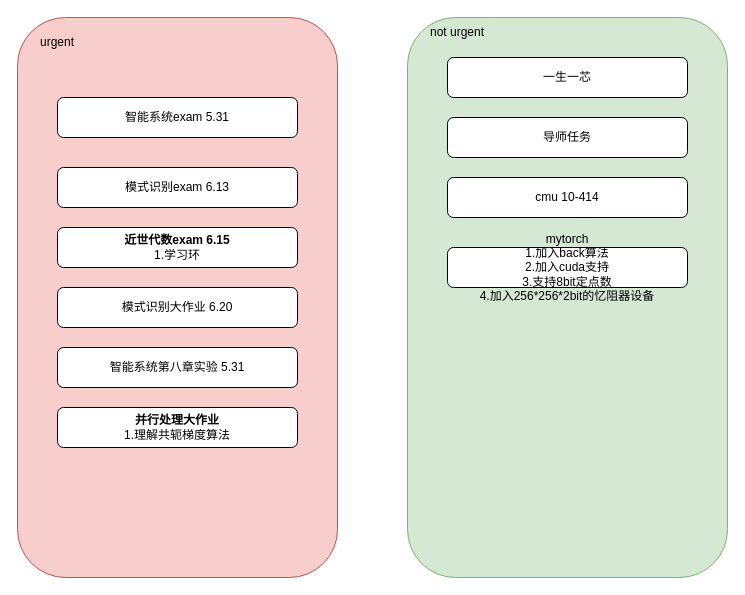
Before: todo work.drawio in DavidZyy/drawio_repo, a draw.io diagram. Source tidied: cells renumbered, new cells numbered last; positions are measured from the earlier drawing's top-left corner, leaving out a move shared by most shapes. Both pictures are drawn from the tidied source at 100%, with x=0, y=0 at pixel (17, 17).
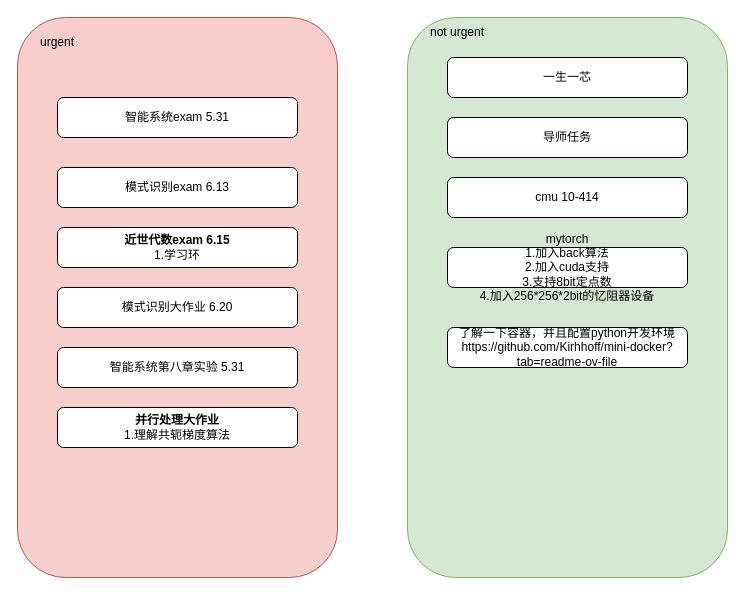
The same diagram, later.

Change to the diagram source:
```diff
@@
 <mxGraphModel>
   <root>
     <mxCell id="0" />
     <mxCell id="1" parent="0" />
     <mxCell id="2" style="rounded=1;whiteSpace=wrap;html=1;fillColor=#f8cecc;strokeColor=#b85450;" parent="1" vertex="1">
       <mxGeometry width="320" height="560" as="geometry" />
     </mxCell>
     <mxCell id="3" value="urgent" style="text;strokeColor=none;align=center;fillColor=none;html=1;verticalAlign=middle;whiteSpace=wrap;rounded=0;" parent="1" vertex="1">
       <mxGeometry x="10" y="10" width="60" height="30" as="geometry" />
     </mxCell>
     <mxCell id="4" style="rounded=1;whiteSpace=wrap;html=1;fillColor=#d5e8d4;strokeColor=#82b366;" parent="1" vertex="1">
       <mxGeometry x="390" width="320" height="560" as="geometry" />
     </mxCell>
     <mxCell id="5" value="not urgent" style="text;strokeColor=none;align=center;fillColor=none;html=1;verticalAlign=middle;whiteSpace=wrap;rounded=0;" parent="1" vertex="1">
       <mxGeometry x="410" width="60" height="30" as="geometry" />
     </mxCell>
     <mxCell id="6" value="模式识别exam 6.13" style="rounded=1;whiteSpace=wrap;html=1;" parent="1" vertex="1">
       <mxGeometry x="40" y="150" width="240" height="40" as="geometry" />
     </mxCell>
     <mxCell id="7" value="智能系统exam 5.31" style="rounded=1;whiteSpace=wrap;html=1;" parent="1" vertex="1">
       <mxGeometry x="40" y="80" width="240" height="40" as="geometry" />
     </mxCell>
     <mxCell id="8" value="&lt;b&gt;近世代数exam 6.15&lt;/b&gt;&lt;div&gt;1.学习环&lt;/div&gt;" style="rounded=1;whiteSpace=wrap;html=1;" parent="1" vertex="1">
       <mxGeometry x="40" y="210" width="240" height="40" as="geometry" />
     </mxCell>
     <mxCell id="9" value="模式识别大作业 6.20" style="rounded=1;whiteSpace=wrap;html=1;" parent="1" vertex="1">
       <mxGeometry x="40" y="270" width="240" height="40" as="geometry" />
     </mxCell>
     <mxCell id="10" value="智能系统第八章实验 5.31" style="rounded=1;whiteSpace=wrap;html=1;" parent="1" vertex="1">
       <mxGeometry x="40" y="330" width="240" height="40" as="geometry" />
     </mxCell>
     <mxCell id="11" value="一生一芯" style="rounded=1;whiteSpace=wrap;html=1;" parent="1" vertex="1">
       <mxGeometry x="430" y="40" width="240" height="40" as="geometry" />
     </mxCell>
     <mxCell id="12" value="导师任务" style="rounded=1;whiteSpace=wrap;html=1;" parent="1" vertex="1">
       <mxGeometry x="430" y="100" width="240" height="40" as="geometry" />
     </mxCell>
     <mxCell id="13" value="&lt;b&gt;并行处理大作业&lt;/b&gt;&lt;div&gt;1.理解共轭梯度算法&lt;/div&gt;" style="rounded=1;whiteSpace=wrap;html=1;" parent="1" vertex="1">
       <mxGeometry x="40" y="390" width="240" height="40" as="geometry" />
     </mxCell>
     <mxCell id="14" value="cmu 10-414" style="rounded=1;whiteSpace=wrap;html=1;" parent="1" vertex="1">
       <mxGeometry x="430" y="160" width="240" height="40" as="geometry" />
     </mxCell>
     <mxCell id="15" value="mytorch&lt;div&gt;1.加入back算法&lt;/div&gt;&lt;div&gt;2.加入cuda支持&lt;/div&gt;&lt;div&gt;3.支持8bit定点数&lt;/div&gt;&lt;div&gt;4.加入256*256*2bit的忆阻器设备&lt;/div&gt;" style="rounded=1;whiteSpace=wrap;html=1;" parent="1" vertex="1">
       <mxGeometry x="430" y="230" width="240" height="40" as="geometry" />
     </mxCell>
+    <mxCell id="16" value="了解一下容器，并且配置python开发环境https://github.com/Kirhhoff/mini-docker?tab=readme-ov-file" style="rounded=1;whiteSpace=wrap;html=1;" parent="1" vertex="1">
+      <mxGeometry x="430" y="310" width="240" height="40" as="geometry" />
+    </mxCell>
   </root>
 </mxGraphModel>
```
